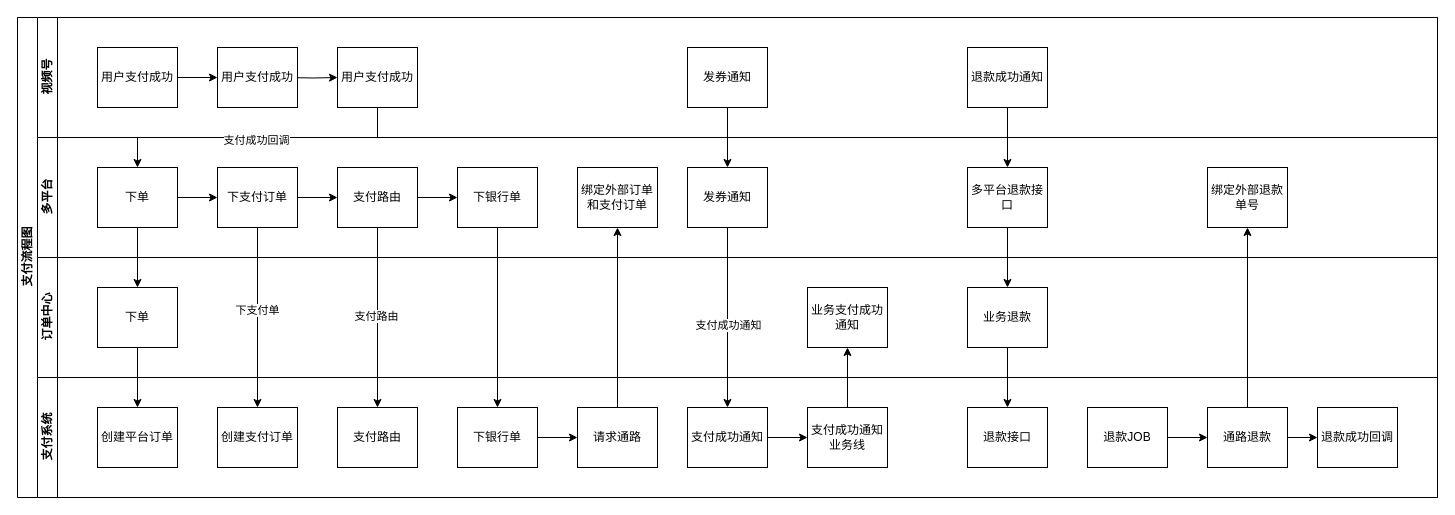
Before: 视频号小店支付流程图.drawio in guohuan0126/test, a draw.io diagram. Source tidied: cells renumbered, new cells numbered last; positions are measured from the earlier drawing's top-left corner, leaving out a move shared by most shapes. Both pictures are drawn from the tidied source at 100%, with x=0, y=0 at pixel (17, 17).
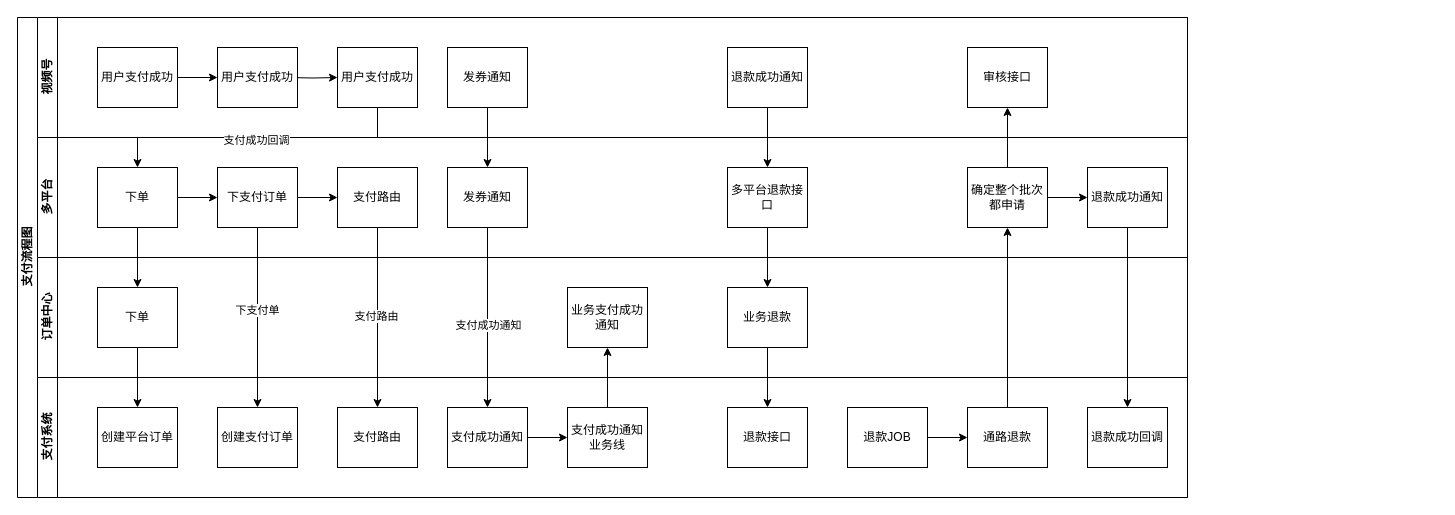
After the change.

Commit message:
更新视频号小店支付流程图.drawio

The change refers to these unchanged cells:
```xml
<mxCell id="15" value="支付路由" style="rounded=0;whiteSpace=wrap;html=1;fontFamily=Helvetica;fontSize=12;fontColor=#000000;align=center;" parent="9" vertex="1">
  <mxGeometry x="300" y="30" width="80" height="60" as="geometry" />
</mxCell>
```

The edit, as a diff of the source:
```diff
@@
     <mxCell id="2" value="支付流程图" style="swimlane;html=1;horizontal=0;startSize=20;" parent="1" vertex="1">
-      <mxGeometry width="1420" height="480" as="geometry" />
+      <mxGeometry width="1170" height="480" as="geometry" />
     </mxCell>
     <mxCell id="3" value="视频号" style="swimlane;html=1;startSize=20;horizontal=0;" parent="2" vertex="1">
-      <mxGeometry x="20" width="1400" height="120" as="geometry" />
+      <mxGeometry x="20" width="1150" height="120" as="geometry" />
     </mxCell>
@@
+    <mxCell id="62" value="审核接口" style="rounded=0;whiteSpace=wrap;html=1;fontFamily=Helvetica;fontSize=12;fontColor=#000000;align=center;" parent="3" vertex="1">
+      <mxGeometry x="930" y="30" width="80" height="60" as="geometry" />
+    </mxCell>
     <mxCell id="9" value="多平台" style="swimlane;html=1;startSize=20;horizontal=0;" parent="2" vertex="1">
-      <mxGeometry x="20" y="120" width="1400" height="120" as="geometry" />
+      <mxGeometry x="20" y="120" width="1150" height="120" as="geometry" />
     </mxCell>
@@
-    <mxCell id="14" style="edgeStyle=orthogonalEdgeStyle;rounded=0;jettySize=auto;html=1;exitX=1;exitY=0.5;exitDx=0;exitDy=0;" parent="9" edge="1" source="15" target="16">
-      <mxGeometry relative="1" as="geometry" />
-    </mxCell>
@@
-    <mxCell id="16" value="下银行单" style="rounded=0;whiteSpace=wrap;html=1;fontFamily=Helvetica;fontSize=12;fontColor=#000000;align=center;" parent="9" vertex="1">
-      <mxGeometry x="420" y="30" width="80" height="60" as="geometry" />
-    </mxCell>
-    <mxCell id="17" style="edgeStyle=orthogonalEdgeStyle;rounded=0;orthogonalLoop=1;jettySize=auto;html=1;exitX=0.5;exitY=1;exitDx=0;exitDy=0;" parent="9" edge="1" source="16" target="16">
-      <mxGeometry relative="1" as="geometry" />
+    <mxCell id="17" style="edgeStyle=orthogonalEdgeStyle;rounded=0;orthogonalLoop=1;jettySize=auto;html=1;exitX=0.5;exitY=1;exitDx=0;exitDy=0;" parent="9" edge="1">
+      <mxGeometry relative="1" as="geometry">
+        <mxPoint x="460" y="90" as="sourcePoint" />
+        <mxPoint x="460" y="90" as="targetPoint" />
+      </mxGeometry>
     </mxCell>
-    <mxCell id="18" value="绑定外部订单和支付订单" style="rounded=0;whiteSpace=wrap;html=1;fontFamily=Helvetica;fontSize=12;fontColor=#000000;align=center;" parent="9" vertex="1">
-      <mxGeometry x="540" y="30" width="80" height="60" as="geometry" />
-    </mxCell>
-    <mxCell id="19" value="绑定外部退款单号" style="rounded=0;whiteSpace=wrap;html=1;fontFamily=Helvetica;fontSize=12;fontColor=#000000;align=center;" parent="9" vertex="1">
-      <mxGeometry x="1170" y="30" width="80" height="60" as="geometry" />
-    </mxCell>
+    <mxCell id="63" value="退款成功通知" style="rounded=0;whiteSpace=wrap;html=1;fontFamily=Helvetica;fontSize=12;fontColor=#000000;align=center;" parent="9" vertex="1">
+      <mxGeometry x="1050" y="30" width="80" height="60" as="geometry" />
+    </mxCell>
     <mxCell id="20" value="订单中心" style="swimlane;html=1;startSize=20;horizontal=0;" parent="2" vertex="1">
-      <mxGeometry x="20" y="240" width="1400" height="120" as="geometry" />
+      <mxGeometry x="20" y="240" width="1150" height="120" as="geometry" />
     </mxCell>
@@
-    <mxCell id="30" style="edgeStyle=orthogonalEdgeStyle;rounded=0;jettySize=auto;html=1;exitX=0.5;exitY=1;exitDx=0;exitDy=0;entryX=0.5;entryY=0;entryDx=0;entryDy=0;" parent="2" edge="1" source="16" target="54">
-      <mxGeometry relative="1" as="geometry" />
-    </mxCell>
     <mxCell id="31" value="支付系统" style="swimlane;html=1;startSize=20;horizontal=0;" parent="2" vertex="1">
-      <mxGeometry x="20" y="360" width="1400" height="120" as="geometry" />
+      <mxGeometry x="20" y="360" width="1150" height="120" as="geometry" />
     </mxCell>
@@
+    <mxCell id="19" value="确定整个批次都申请" style="rounded=0;whiteSpace=wrap;html=1;fontFamily=Helvetica;fontSize=12;fontColor=#000000;align=center;" parent="31" vertex="1">
+      <mxGeometry x="930" y="-210" width="80" height="60" as="geometry" />
+    </mxCell>
     <mxCell id="35" value="发券通知" style="rounded=0;whiteSpace=wrap;html=1;fontFamily=Helvetica;fontSize=12;fontColor=#000000;align=center;" parent="31" vertex="1">
-      <mxGeometry x="650" y="-330" width="80" height="60" as="geometry" />
+      <mxGeometry x="410" y="-330" width="80" height="60" as="geometry" />
     </mxCell>
     <mxCell id="36" value="退款成功通知" style="rounded=0;whiteSpace=wrap;html=1;fontFamily=Helvetica;fontSize=12;fontColor=#000000;align=center;" parent="31" vertex="1">
-      <mxGeometry x="930" y="-330" width="80" height="60" as="geometry" />
+      <mxGeometry x="690" y="-330" width="80" height="60" as="geometry" />
     </mxCell>
     <mxCell id="37" value="发券通知" style="rounded=0;whiteSpace=wrap;html=1;fontFamily=Helvetica;fontSize=12;fontColor=#000000;align=center;" parent="31" vertex="1">
-      <mxGeometry x="650" y="-210" width="80" height="60" as="geometry" />
+      <mxGeometry x="410" y="-210" width="80" height="60" as="geometry" />
     </mxCell>
@@
     <mxCell id="39" value="多平台退款接口" style="rounded=0;whiteSpace=wrap;html=1;fontFamily=Helvetica;fontSize=12;fontColor=#000000;align=center;" parent="31" vertex="1">
-      <mxGeometry x="930" y="-210" width="80" height="60" as="geometry" />
+      <mxGeometry x="690" y="-210" width="80" height="60" as="geometry" />
     </mxCell>
@@
     <mxCell id="42" value="业务支付成功通知" style="rounded=0;whiteSpace=wrap;html=1;fontFamily=Helvetica;fontSize=12;fontColor=#000000;align=center;" parent="31" vertex="1">
-      <mxGeometry x="770" y="-90" width="80" height="60" as="geometry" />
+      <mxGeometry x="530" y="-90" width="80" height="60" as="geometry" />
     </mxCell>
     <mxCell id="43" value="业务退款" style="rounded=0;whiteSpace=wrap;html=1;fontFamily=Helvetica;fontSize=12;fontColor=#000000;align=center;" parent="31" vertex="1">
-      <mxGeometry x="930" y="-90" width="80" height="60" as="geometry" />
+      <mxGeometry x="690" y="-90" width="80" height="60" as="geometry" />
     </mxCell>
@@
     <mxCell id="45" value="支付成功通知" style="rounded=0;whiteSpace=wrap;html=1;fontFamily=Helvetica;fontSize=12;fontColor=#000000;align=center;" parent="31" vertex="1">
-      <mxGeometry x="650" y="30" width="80" height="60" as="geometry" />
+      <mxGeometry x="410" y="30" width="80" height="60" as="geometry" />
     </mxCell>
@@
     <mxCell id="48" value="支付成功通知业务线" style="rounded=0;whiteSpace=wrap;html=1;fontFamily=Helvetica;fontSize=12;fontColor=#000000;align=center;" parent="31" vertex="1">
-      <mxGeometry x="770" y="30" width="80" height="60" as="geometry" />
+      <mxGeometry x="530" y="30" width="80" height="60" as="geometry" />
     </mxCell>
@@
     <mxCell id="50" value="退款接口" style="rounded=0;whiteSpace=wrap;html=1;fontFamily=Helvetica;fontSize=12;fontColor=#000000;align=center;" parent="31" vertex="1">
-      <mxGeometry x="930" y="30" width="80" height="60" as="geometry" />
+      <mxGeometry x="690" y="30" width="80" height="60" as="geometry" />
     </mxCell>
@@
     <mxCell id="52" value="退款成功回调" style="rounded=0;whiteSpace=wrap;html=1;fontFamily=Helvetica;fontSize=12;fontColor=#000000;align=center;" parent="31" vertex="1">
-      <mxGeometry x="1280" y="30" width="80" height="60" as="geometry" />
+      <mxGeometry x="1050" y="30" width="80" height="60" as="geometry" />
     </mxCell>
-    <mxCell id="53" style="edgeStyle=orthogonalEdgeStyle;rounded=0;jettySize=auto;html=1;" parent="31" edge="1" source="54" target="55">
-      <mxGeometry relative="1" as="geometry" />
-    </mxCell>
-    <mxCell id="54" value="下银行单" style="rounded=0;whiteSpace=wrap;html=1;fontFamily=Helvetica;fontSize=12;fontColor=#000000;align=center;" parent="31" vertex="1">
-      <mxGeometry x="420" y="30" width="80" height="60" as="geometry" />
-    </mxCell>
-    <mxCell id="55" value="请求通路" style="rounded=0;whiteSpace=wrap;html=1;fontFamily=Helvetica;fontSize=12;fontColor=#000000;align=center;" parent="31" vertex="1">
-      <mxGeometry x="540" y="30" width="80" height="60" as="geometry" />
-    </mxCell>
@@
     <mxCell id="57" value="退款JOB" style="rounded=0;whiteSpace=wrap;html=1;fontFamily=Helvetica;fontSize=12;fontColor=#000000;align=center;" parent="31" vertex="1">
-      <mxGeometry x="1050" y="30" width="80" height="60" as="geometry" />
+      <mxGeometry x="810" y="30" width="80" height="60" as="geometry" />
     </mxCell>
-    <mxCell id="58" style="edgeStyle=orthogonalEdgeStyle;rounded=0;jettySize=auto;html=1;exitX=1;exitY=0.5;exitDx=0;exitDy=0;entryX=0;entryY=0.5;entryDx=0;entryDy=0;" parent="31" edge="1" source="59" target="52">
-      <mxGeometry relative="1" as="geometry" />
-    </mxCell>
     <mxCell id="59" value="通路退款" style="rounded=0;whiteSpace=wrap;html=1;fontFamily=Helvetica;fontSize=12;fontColor=#000000;align=center;" parent="31" vertex="1">
-      <mxGeometry x="1170" y="30" width="80" height="60" as="geometry" />
+      <mxGeometry x="930" y="30" width="80" height="60" as="geometry" />
     </mxCell>
-    <mxCell id="60" style="edgeStyle=orthogonalEdgeStyle;rounded=0;jettySize=auto;html=1;exitX=0.5;exitY=0;exitDx=0;exitDy=0;entryX=0.5;entryY=1;entryDx=0;entryDy=0;" parent="2" edge="1" source="55" target="18">
-      <mxGeometry relative="1" as="geometry" />
-    </mxCell>
-    <mxCell id="61" style="edgeStyle=orthogonalEdgeStyle;rounded=0;jettySize=auto;html=1;exitX=0.5;exitY=0;exitDx=0;exitDy=0;entryX=0.5;entryY=1;entryDx=0;entryDy=0;" parent="2" edge="1" source="59" target="19">
+    <mxCell id="61" style="edgeStyle=orthogonalEdgeStyle;rounded=0;jettySize=auto;html=1;exitX=0.5;exitY=0;exitDx=0;exitDy=0;entryX=0.5;entryY=1;entryDx=0;entryDy=0;" parent="31" edge="1" source="59" target="19">
       <mxGeometry relative="1" as="geometry" />
     </mxCell>
+    <mxCell id="64" style="edgeStyle=orthogonalEdgeStyle;rounded=0;jettySize=auto;html=1;exitX=0.5;exitY=0;exitDx=0;exitDy=0;entryX=0.5;entryY=1;entryDx=0;entryDy=0;" parent="2" edge="1" source="19" target="62">
+      <mxGeometry relative="1" as="geometry" />
+    </mxCell>
+    <mxCell id="65" style="edgeStyle=orthogonalEdgeStyle;rounded=0;jettySize=auto;html=1;exitX=1;exitY=0.5;exitDx=0;exitDy=0;entryX=0;entryY=0.5;entryDx=0;entryDy=0;" parent="2" edge="1" source="19" target="63">
+      <mxGeometry relative="1" as="geometry" />
+    </mxCell>
+    <mxCell id="66" style="edgeStyle=orthogonalEdgeStyle;rounded=0;jettySize=auto;html=1;exitX=0.5;exitY=1;exitDx=0;exitDy=0;entryX=0.5;entryY=0;entryDx=0;entryDy=0;" parent="2" edge="1" source="63" target="52">
+      <mxGeometry relative="1" as="geometry" />
+    </mxCell>
```
